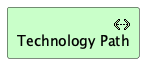
Above: doc/elements/technology-path.plantuml.png in SixArm/archimate-examples (PlantUML), before the change.
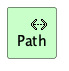
After the commit.

What changed in the source:
```diff
@@ -1,4 +1,4 @@
 @startuml
 !include <archimate/Archimate>
-Technology_Path(TP_01, "Technology Path")
+Technology_Path(Path, "Path")
 @enduml
```
